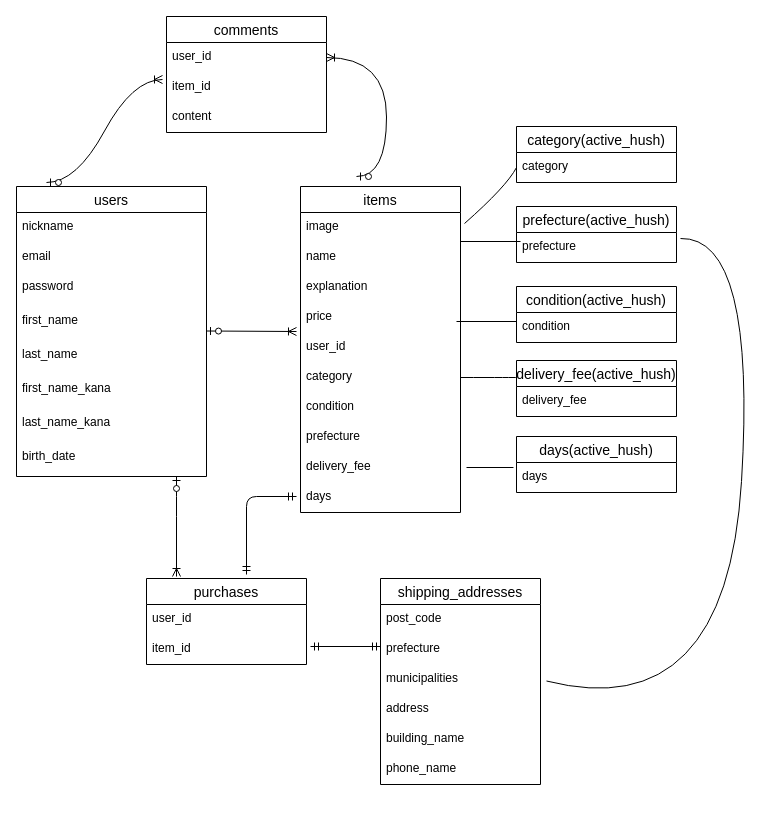
Above: test.dio in sushipi/furima-38220 (draw.io), before the change. Source tidied: cells renumbered, new cells numbered last; positions are measured from the earlier drawing's top-left corner, leaving out a move shared by most shapes. Both pictures are drawn from the tidied source at 100%, with x=0, y=0 at pixel (16, 16).
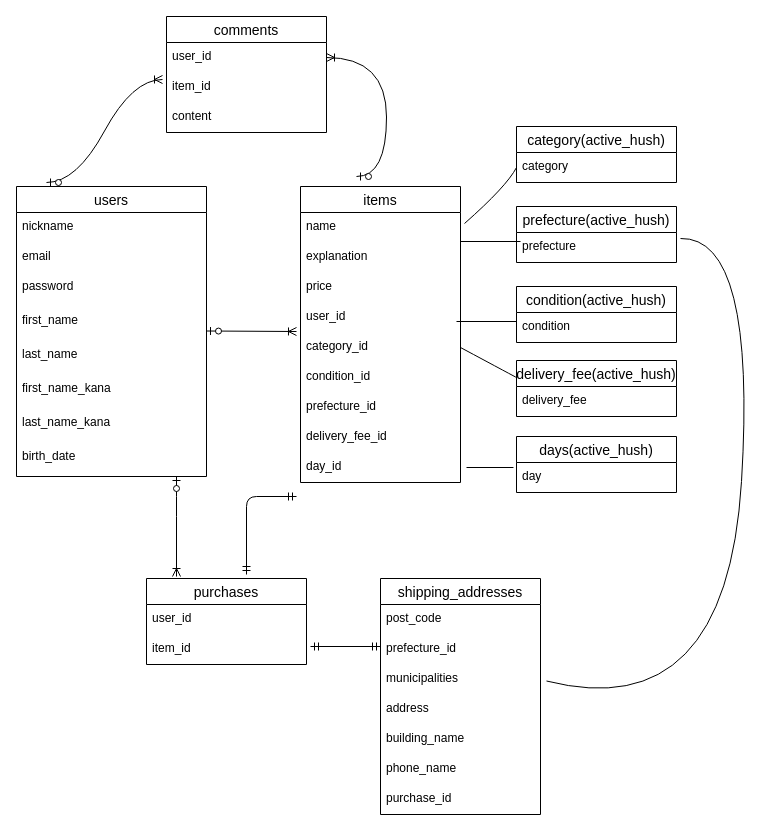
Above is the later version.

Commit message (it also covers changes not shown here):
コード修正①

Unchanged cells that the change refers to:
```xml
<mxCell id="44" value="days(active_hush)" style="swimlane;fontStyle=0;horizontal=1;startSize=26;align=center;fontSize=14;" parent="1" vertex="1">
  <mxGeometry x="500" y="420" width="160" height="56" as="geometry" />
</mxCell>
```

The edit, as a diff of the source:
```diff
@@
     <mxCell id="11" value="items" style="swimlane;fontStyle=0;horizontal=1;startSize=26;align=center;fontSize=14;" parent="1" vertex="1">
-      <mxGeometry x="284" y="170" width="160" height="326" as="geometry" />
+      <mxGeometry x="284" y="170" width="160" height="296" as="geometry" />
     </mxCell>
-    <mxCell id="12" value="image" style="text;strokeColor=none;fillColor=none;spacingLeft=4;spacingRight=4;overflow=hidden;fontSize=12;" parent="11" vertex="1">
-      <mxGeometry y="26" width="160" height="30" as="geometry" />
-    </mxCell>
     <mxCell id="13" value="name&#10;" style="text;strokeColor=none;fillColor=none;spacingLeft=4;spacingRight=4;overflow=hidden;fontSize=12;" parent="11" vertex="1">
-      <mxGeometry y="56" width="160" height="30" as="geometry" />
+      <mxGeometry y="26" width="160" height="30" as="geometry" />
     </mxCell>
     <mxCell id="14" value="explanation" style="text;strokeColor=none;fillColor=none;spacingLeft=4;spacingRight=4;overflow=hidden;fontSize=12;" parent="11" vertex="1">
-      <mxGeometry y="86" width="160" height="30" as="geometry" />
+      <mxGeometry y="56" width="160" height="30" as="geometry" />
     </mxCell>
     <mxCell id="15" value="price" style="text;strokeColor=none;fillColor=none;spacingLeft=4;spacingRight=4;overflow=hidden;fontSize=12;" parent="11" vertex="1">
-      <mxGeometry y="116" width="160" height="30" as="geometry" />
+      <mxGeometry y="86" width="160" height="30" as="geometry" />
     </mxCell>
     <mxCell id="16" value="user_id&#10;" style="text;strokeColor=none;fillColor=none;spacingLeft=4;spacingRight=4;overflow=hidden;fontSize=12;" parent="11" vertex="1">
-      <mxGeometry y="146" width="160" height="30" as="geometry" />
+      <mxGeometry y="116" width="160" height="30" as="geometry" />
     </mxCell>
-    <mxCell id="17" value="category&#10;&#10;" style="text;strokeColor=none;fillColor=none;spacingLeft=4;spacingRight=4;overflow=hidden;points=[[0,0.5],[1,0.5]];portConstraint=eastwest;fontSize=12;" parent="11" vertex="1">
-      <mxGeometry y="176" width="160" height="30" as="geometry" />
+    <mxCell id="17" value="category_id&#10;&#10;" style="text;strokeColor=none;fillColor=none;spacingLeft=4;spacingRight=4;overflow=hidden;points=[[0,0.5],[1,0.5]];portConstraint=eastwest;fontSize=12;" parent="11" vertex="1">
+      <mxGeometry y="146" width="160" height="30" as="geometry" />
     </mxCell>
-    <mxCell id="18" value="condition&#10;" style="text;strokeColor=none;fillColor=none;spacingLeft=4;spacingRight=4;overflow=hidden;fontSize=12;" parent="11" vertex="1">
-      <mxGeometry y="206" width="160" height="30" as="geometry" />
+    <mxCell id="18" value="condition_id&#10;" style="text;strokeColor=none;fillColor=none;spacingLeft=4;spacingRight=4;overflow=hidden;fontSize=12;" parent="11" vertex="1">
+      <mxGeometry y="176" width="160" height="30" as="geometry" />
     </mxCell>
-    <mxCell id="19" value="prefecture&#10;&#10;" style="text;strokeColor=none;fillColor=none;spacingLeft=4;spacingRight=4;overflow=hidden;fontSize=12;" parent="11" vertex="1">
-      <mxGeometry y="236" width="160" height="30" as="geometry" />
+    <mxCell id="19" value="prefecture_id&#10;&#10;" style="text;strokeColor=none;fillColor=none;spacingLeft=4;spacingRight=4;overflow=hidden;fontSize=12;" parent="11" vertex="1">
+      <mxGeometry y="206" width="160" height="30" as="geometry" />
     </mxCell>
-    <mxCell id="20" value="delivery_fee&#10;" style="text;strokeColor=none;fillColor=none;spacingLeft=4;spacingRight=4;overflow=hidden;fontSize=12;" parent="11" vertex="1">
-      <mxGeometry y="266" width="160" height="30" as="geometry" />
+    <mxCell id="20" value="delivery_fee_id&#10;" style="text;strokeColor=none;fillColor=none;spacingLeft=4;spacingRight=4;overflow=hidden;fontSize=12;" parent="11" vertex="1">
+      <mxGeometry y="236" width="160" height="30" as="geometry" />
     </mxCell>
-    <mxCell id="21" value="days&#10;" style="text;strokeColor=none;fillColor=none;spacingLeft=4;spacingRight=4;overflow=hidden;fontSize=12;" parent="11" vertex="1">
-      <mxGeometry y="296" width="160" height="30" as="geometry" />
+    <mxCell id="21" value="day_id&#10;" style="text;strokeColor=none;fillColor=none;spacingLeft=4;spacingRight=4;overflow=hidden;fontSize=12;" parent="11" vertex="1">
+      <mxGeometry y="266" width="160" height="30" as="geometry" />
     </mxCell>
@@
     <mxCell id="25" value="shipping_addresses" style="swimlane;fontStyle=0;horizontal=1;startSize=26;align=center;fontSize=14;" parent="1" vertex="1">
-      <mxGeometry x="364" y="562" width="160" height="206" as="geometry" />
+      <mxGeometry x="364" y="562" width="160" height="236" as="geometry" />
     </mxCell>
@@
-    <mxCell id="27" value="prefecture" style="text;strokeColor=none;fillColor=none;spacingLeft=4;spacingRight=4;overflow=hidden;fontSize=12;" parent="25" vertex="1">
+    <mxCell id="27" value="prefecture_id" style="text;strokeColor=none;fillColor=none;spacingLeft=4;spacingRight=4;overflow=hidden;fontSize=12;" parent="25" vertex="1">
       <mxGeometry y="56" width="160" height="30" as="geometry" />
     </mxCell>
@@
+    <mxCell id="59" value="purchase_id" style="text;strokeColor=none;fillColor=none;spacingLeft=4;spacingRight=4;overflow=hidden;fontSize=12;" parent="25" vertex="1">
+      <mxGeometry y="206" width="160" height="30" as="geometry" />
+    </mxCell>
@@
-    <mxCell id="46" value="days" style="text;strokeColor=none;fillColor=none;spacingLeft=4;spacingRight=4;overflow=hidden;points=[[0,0.5],[1,0.5]];portConstraint=eastwest;fontSize=12;" parent="44" vertex="1">
+    <mxCell id="46" value="day" style="text;strokeColor=none;fillColor=none;spacingLeft=4;spacingRight=4;overflow=hidden;points=[[0,0.5],[1,0.5]];portConstraint=eastwest;fontSize=12;" parent="44" vertex="1">
       <mxGeometry y="26" width="160" height="30" as="geometry" />
     </mxCell>
```
